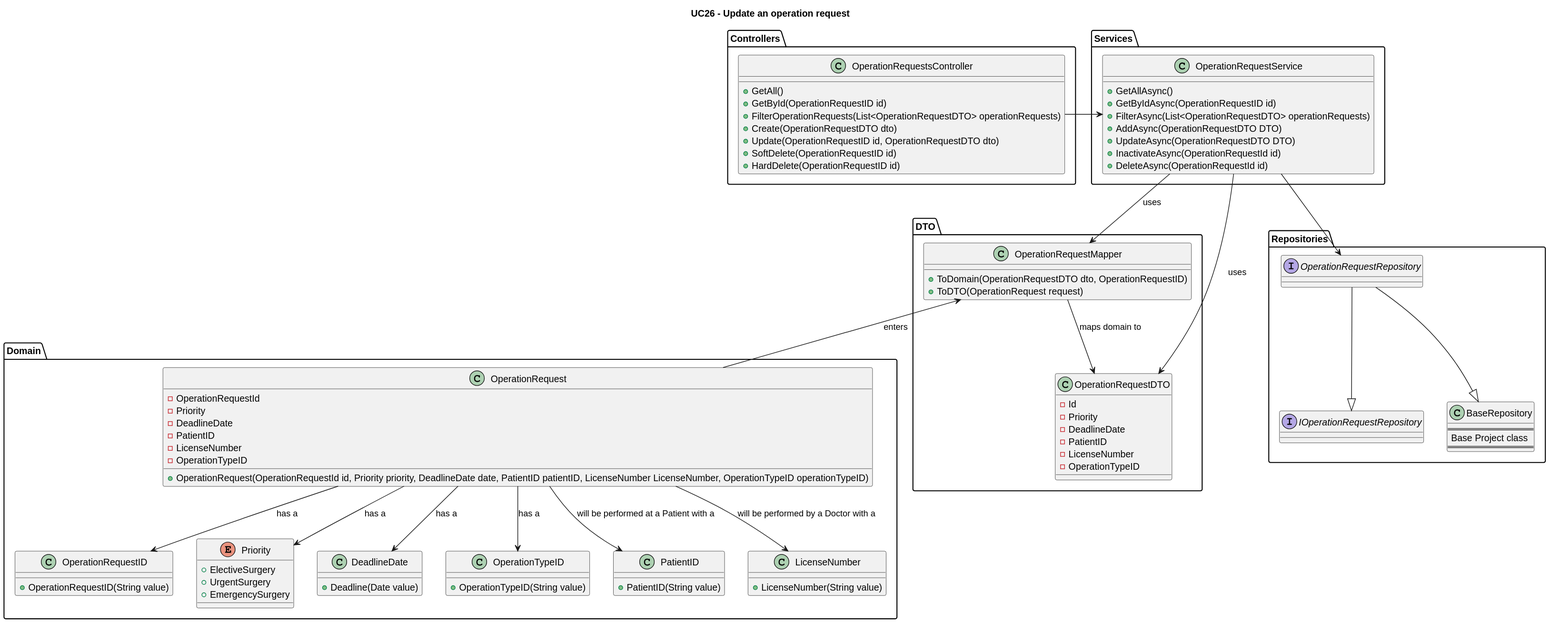
Earlier version of the PlantUML export Wiki/SprintA/diagrams/use-cases/25-update-an-operation-requisition/class-diagram.svg (MiguelCardoso77/SurgicalSync-BackEnd). Source of this version:
```plantuml
@startuml
Title "UC26 - Update an operation request"

package "Domain"{

class OperationRequest{
    - OperationRequestId
    - Priority
    - DeadlineDate
    - PatientID
    - LicenseNumber
    - OperationTypeID
    + OperationRequest(OperationRequestId id, Priority priority, DeadlineDate date, PatientID patientID, LicenseNumber LicenseNumber, OperationTypeID operationTypeID)
}

class OperationRequestID{
    + OperationRequestID(String value)
}

Enum Priority{
    + ElectiveSurgery
    + UrgentSurgery
    + EmergencySurgery
}

class DeadlineDate{
    + Deadline(Date value)
}

class OperationTypeID{
    + OperationTypeID(String value)
}

class PatientID{
    + PatientID(String value)
}

class LicenseNumber{
    + LicenseNumber(String value)
}

}

package "DTO"{

class OperationRequestDTO{
    - Id
    - Priority
    - DeadlineDate
    - PatientID
    - LicenseNumber
    - OperationTypeID
}

class OperationRequestMapper{
    + ToDomain(OperationRequestDTO dto, OperationRequestID)
    + ToDTO(OperationRequest request)
}
}

package "Controllers"{

class OperationRequestsController{
    + GetAll()
    + GetById(OperationRequestID id)
    + FilterOperationRequests(List<OperationRequestDTO> operationRequests)
    + Create(OperationRequestDTO dto)
    + Update(OperationRequestID id, OperationRequestDTO dto)
    + SoftDelete(OperationRequestID id)
    + HardDelete(OperationRequestID id)
}

}

package "Services"{
    class OperationRequestService{
        + GetAllAsync()
        + GetByIdAsync(OperationRequestID id)
        + FilterAsync(List<OperationRequestDTO> operationRequests)
        + AddAsync(OperationRequestDTO DTO)
        + UpdateAsync(OperationRequestDTO DTO)
        + InactivateAsync(OperationRequestId id)
        + DeleteAsync(OperationRequestId id)
    }
}

package "Repositories"{

interface IOperationRequestRepository{
}

interface OperationRequestRepository{
}

class BaseRepository{
====
Base Project class
====
}

}

OperationRequestsController -> OperationRequestService
OperationRequestService --> OperationRequestMapper : uses
OperationRequestService --> OperationRequestDTO : uses

OperationRequestMapper --> OperationRequestDTO : maps domain to
OperationRequestMapper <-- OperationRequest : enters

OperationRequest --> OperationRequestID : has a
OperationRequest --> Priority : has a
OperationRequest --> DeadlineDate : has a
OperationRequest --> PatientID : will be performed at a Patient with a
OperationRequest --> LicenseNumber : will be performed by a Doctor with a
OperationRequest --> OperationTypeID : has a

OperationRequestService --> OperationRequestRepository

OperationRequestRepository --|> BaseRepository
OperationRequestRepository --|> IOperationRequestRepository
@enduml
```
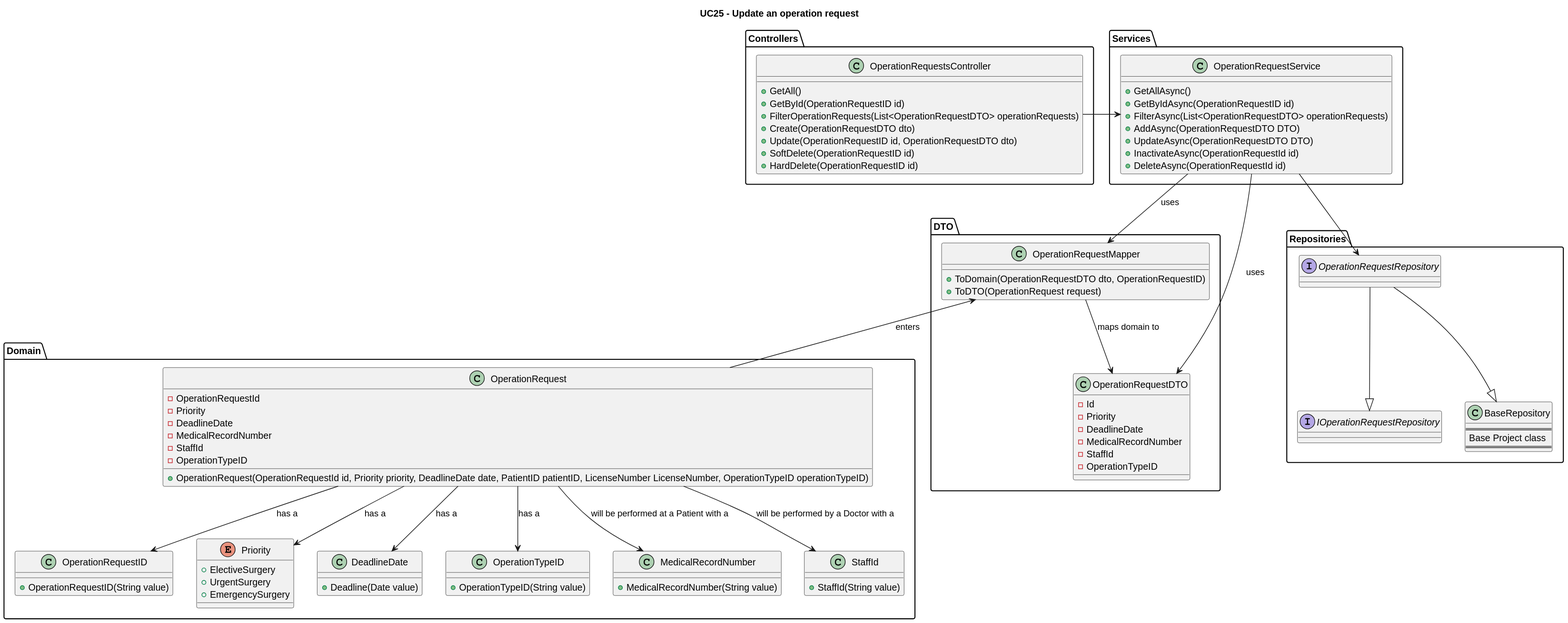
Later version of the same file.

Commit message:
#17 class diagram fix

Diff of the diagram source:
```diff
@@ -1,5 +1,5 @@
 @startuml
-Title "UC26 - Update an operation request"
+Title "UC25 - Update an operation request"
 
 package "Domain"{
 
@@ -7,8 +7,8 @@
     - OperationRequestId
     - Priority
     - DeadlineDate
-    - PatientID
-    - LicenseNumber
+    - MedicalRecordNumber
+    - StaffId
     - OperationTypeID
     + OperationRequest(OperationRequestId id, Priority priority, DeadlineDate date, PatientID patientID, LicenseNumber LicenseNumber, OperationTypeID operationTypeID)
 }
@@ -31,12 +31,12 @@
     + OperationTypeID(String value)
 }
 
-class PatientID{
-    + PatientID(String value)
+class MedicalRecordNumber{
+    + MedicalRecordNumber(String value)
 }
 
-class LicenseNumber{
-    + LicenseNumber(String value)
+class StaffId{
+    + StaffId(String value)
 }
 
 }
@@ -47,8 +47,8 @@
     - Id
     - Priority
     - DeadlineDate
-    - PatientID
-    - LicenseNumber
+    - MedicalRecordNumber
+    - StaffId
     - OperationTypeID
 }
 
@@ -110,8 +110,8 @@
 OperationRequest --> OperationRequestID : has a
 OperationRequest --> Priority : has a
 OperationRequest --> DeadlineDate : has a
-OperationRequest --> PatientID : will be performed at a Patient with a
-OperationRequest --> LicenseNumber : will be performed by a Doctor with a
+OperationRequest --> MedicalRecordNumber : will be performed at a Patient with a
+OperationRequest --> StaffId : will be performed by a Doctor with a
 OperationRequest --> OperationTypeID : has a
 
 OperationRequestService --> OperationRequestRepository
```
